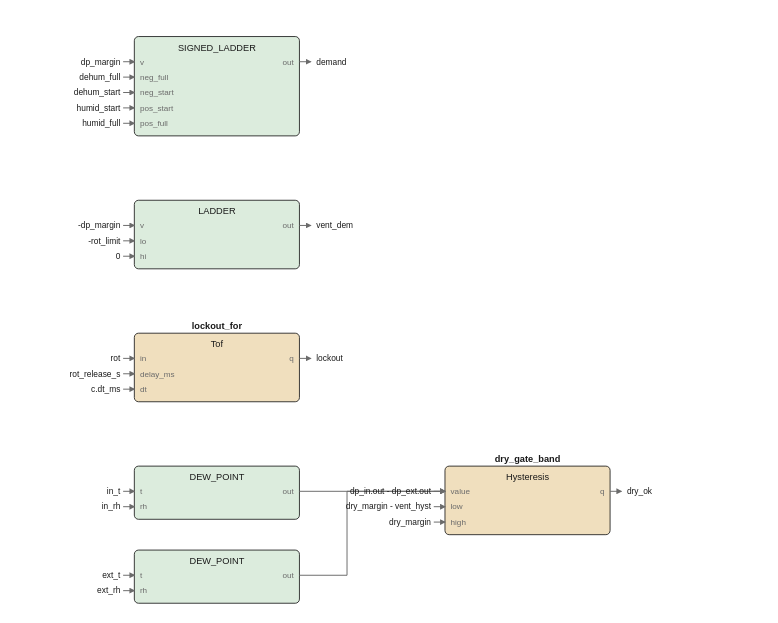
Earlier version of the draw.io export images/logic/humidity_fbd.drawio.svg (pstch/botanik2). Source tidied: cells renumbered, new cells last; positions are measured from the earlier drawing's top-left corner, leaving out a move shared by most shapes.
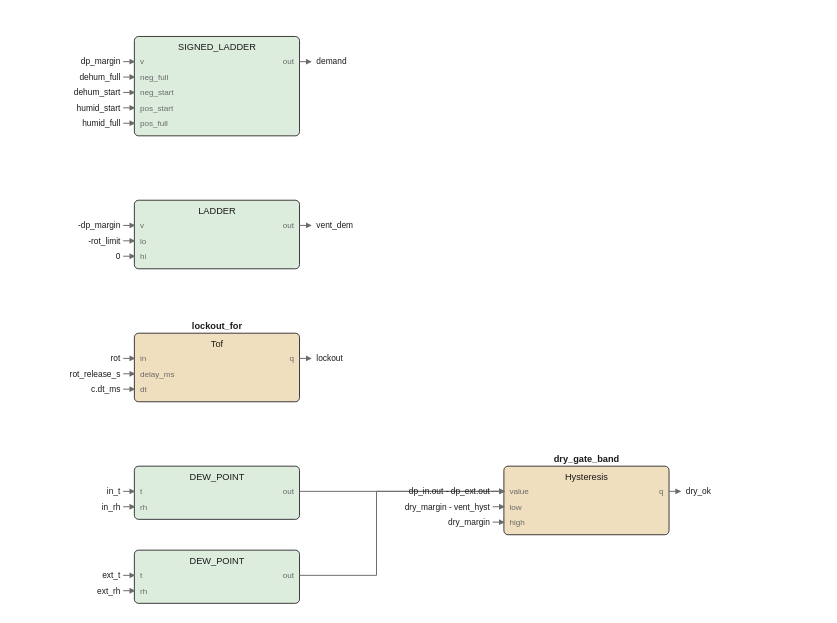
After the change.

Change to the diagram source:
```diff
@@ -96,239 +96,239 @@
       <mxGeometry x="124" y="381.2" width="40" height="9.8" as="geometry" />
     </mxCell>
     <mxCell id="33" style="rounded=1;fillColor=#f0dfbe;strokeColor=#1a1a1a;whiteSpace=wrap;html=1;fontSize=8;" parent="1" vertex="1">
-      <mxGeometry x="232" y="307" width="118" height="49" as="geometry" />
+      <mxGeometry x="274" y="307" width="118" height="49" as="geometry" />
     </mxCell>
     <mxCell id="34" value="dry_gate_band" style="text;html=1;fontSize=6;fontColor=#1a1a1a;align=center;fontStyle=1;" parent="1" vertex="1">
-      <mxGeometry x="291" y="297.4" width="65" height="10.6" as="geometry" />
+      <mxGeometry x="333" y="297.4" width="65" height="10.6" as="geometry" />
     </mxCell>
     <mxCell id="35" value="Hysteresis" style="text;html=1;fontSize=6;fontColor=#1a1a1a;align=center;" parent="1" vertex="1">
-      <mxGeometry x="291" y="310.4" width="50" height="10.6" as="geometry" />
+      <mxGeometry x="333" y="310.4" width="50" height="10.6" as="geometry" />
     </mxCell>
     <mxCell id="36" value="value" style="text;html=1;fontSize=5;fontColor=#6b6b6b;align=left;" parent="1" vertex="1">
-      <mxGeometry x="236" y="321.2" width="40" height="9.8" as="geometry" />
+      <mxGeometry x="278" y="321.2" width="40" height="9.8" as="geometry" />
     </mxCell>
     <mxCell id="37" value="low" style="text;html=1;fontSize=5;fontColor=#6b6b6b;align=left;" parent="1" vertex="1">
-      <mxGeometry x="236" y="332.2" width="40" height="9.8" as="geometry" />
+      <mxGeometry x="278" y="332.2" width="40" height="9.8" as="geometry" />
     </mxCell>
     <mxCell id="38" value="high" style="text;html=1;fontSize=5;fontColor=#6b6b6b;align=left;" parent="1" vertex="1">
-      <mxGeometry x="236" y="343.2" width="40" height="9.8" as="geometry" />
+      <mxGeometry x="278" y="343.2" width="40" height="9.8" as="geometry" />
     </mxCell>
     <mxCell id="39" value="q" style="text;html=1;fontSize=5;fontColor=#6b6b6b;align=left;" parent="1" vertex="1">
-      <mxGeometry x="346" y="321.2" width="40" height="9.8" as="geometry" />
+      <mxGeometry x="388" y="321.2" width="40" height="9.8" as="geometry" />
     </mxCell>
     <mxCell id="40" style="edgeStyle=none;html=1;strokeColor=#6b6b6b;endArrow=block;" parent="1" edge="1">
       <mxGeometry relative="1" as="geometry">
-        <mxPoint x="128" y="325" as="sourcePoint" />
-        <mxPoint x="232" y="325" as="targetPoint" />
+        <mxPoint x="128" y="18" as="sourcePoint" />
+        <mxPoint x="136" y="18" as="targetPoint" />
       </mxGeometry>
     </mxCell>
-    <mxCell id="41" style="edgeStyle=none;html=1;strokeColor=#6b6b6b;endArrow=block;" parent="1" edge="1">
-      <mxGeometry relative="1" as="geometry">
-        <mxPoint x="128" y="385" as="sourcePoint" />
-        <mxPoint x="232" y="325" as="targetPoint" />
-        <Array as="points">
-          <mxPoint x="162" y="385" />
-          <mxPoint x="162" y="325" />
-        </Array>
-      </mxGeometry>
-    </mxCell>
-    <mxCell id="42" value="dp_margin" style="text;html=1;fontSize=6;fontColor=#1a1a1a;align=left;" parent="1" vertex="1">
-      <mxGeometry y="14" width="45" height="10" as="geometry" />
-    </mxCell>
-    <mxCell id="43" style="edgeStyle=none;html=1;strokeColor=#6b6b6b;endArrow=block;" parent="1" edge="1">
-      <mxGeometry relative="1" as="geometry">
-        <mxPoint x="2" y="18" as="sourcePoint" />
-        <mxPoint x="10" y="18" as="targetPoint" />
-      </mxGeometry>
-    </mxCell>
-    <mxCell id="44" value="dehum_full" style="text;html=1;fontSize=6;fontColor=#1a1a1a;align=left;" parent="1" vertex="1">
-      <mxGeometry y="25" width="50" height="10" as="geometry" />
-    </mxCell>
-    <mxCell id="45" style="edgeStyle=none;html=1;strokeColor=#6b6b6b;endArrow=block;" parent="1" edge="1">
-      <mxGeometry relative="1" as="geometry">
-        <mxPoint x="2" y="29" as="sourcePoint" />
-        <mxPoint x="10" y="29" as="targetPoint" />
-      </mxGeometry>
-    </mxCell>
-    <mxCell id="46" value="dehum_start" style="text;html=1;fontSize=6;fontColor=#1a1a1a;align=left;" parent="1" vertex="1">
-      <mxGeometry y="36" width="55" height="10" as="geometry" />
-    </mxCell>
-    <mxCell id="47" style="edgeStyle=none;html=1;strokeColor=#6b6b6b;endArrow=block;" parent="1" edge="1">
-      <mxGeometry relative="1" as="geometry">
-        <mxPoint x="2" y="40" as="sourcePoint" />
-        <mxPoint x="10" y="40" as="targetPoint" />
-      </mxGeometry>
-    </mxCell>
-    <mxCell id="48" value="humid_start" style="text;html=1;fontSize=6;fontColor=#1a1a1a;align=left;" parent="1" vertex="1">
-      <mxGeometry y="47" width="55" height="10" as="geometry" />
-    </mxCell>
+    <mxCell id="79" value="demand" style="text;html=1;fontSize=6;fontColor=#1a1a1a;align=left;" parent="1" vertex="1">
+      <mxGeometry x="140" y="14" width="40" height="10" as="geometry" />
+    </mxCell>
+    <mxCell id="86" style="edgeStyle=none;html=1;strokeColor=#6b6b6b;endArrow=block;" parent="1" edge="1">
+      <mxGeometry relative="1" as="geometry">
+        <mxPoint x="128" y="135" as="sourcePoint" />
+        <mxPoint x="136" y="135" as="targetPoint" />
+      </mxGeometry>
+    </mxCell>
+    <mxCell id="81" value="vent_dem" style="text;html=1;fontSize=6;fontColor=#1a1a1a;align=left;" parent="1" vertex="1">
+      <mxGeometry x="140" y="131" width="40" height="10" as="geometry" />
+    </mxCell>
+    <mxCell id="87" style="edgeStyle=none;html=1;strokeColor=#6b6b6b;endArrow=block;" parent="1" edge="1">
+      <mxGeometry relative="1" as="geometry">
+        <mxPoint x="128" y="230" as="sourcePoint" />
+        <mxPoint x="136" y="230" as="targetPoint" />
+      </mxGeometry>
+    </mxCell>
+    <mxCell id="83" value="lockout" style="text;html=1;fontSize=6;fontColor=#1a1a1a;align=left;" parent="1" vertex="1">
+      <mxGeometry x="140" y="226" width="40" height="10" as="geometry" />
+    </mxCell>
+    <mxCell id="88" style="edgeStyle=none;html=1;strokeColor=#6b6b6b;endArrow=block;" parent="1" edge="1">
+      <mxGeometry relative="1" as="geometry">
+        <mxPoint x="392" y="325" as="sourcePoint" />
+        <mxPoint x="400" y="325" as="targetPoint" />
+      </mxGeometry>
+    </mxCell>
+    <mxCell id="85" value="dry_ok" style="text;html=1;fontSize=6;fontColor=#1a1a1a;align=left;" parent="1" vertex="1">
+      <mxGeometry x="404" y="321" width="40" height="10" as="geometry" />
+    </mxCell>
+    <mxCell id="89" style="edgeStyle=none;html=1;strokeColor=#6b6b6b;endArrow=block;" parent="1" edge="1">
+      <mxGeometry relative="1" as="geometry">
+        <mxPoint x="128" y="325" as="sourcePoint" />
+        <mxPoint x="274" y="325" as="targetPoint" />
+      </mxGeometry>
+    </mxCell>
     <mxCell id="49" style="edgeStyle=none;html=1;strokeColor=#6b6b6b;endArrow=block;" parent="1" edge="1">
       <mxGeometry relative="1" as="geometry">
-        <mxPoint x="2" y="51" as="sourcePoint" />
-        <mxPoint x="10" y="51" as="targetPoint" />
+        <mxPoint x="128" y="385" as="sourcePoint" />
+        <mxPoint x="274" y="325" as="targetPoint" />
+        <Array as="points">
+          <mxPoint x="183" y="385" />
+          <mxPoint x="183" y="325" />
+        </Array>
       </mxGeometry>
     </mxCell>
-    <mxCell id="50" value="humid_full" style="text;html=1;fontSize=6;fontColor=#1a1a1a;align=left;" parent="1" vertex="1">
-      <mxGeometry y="58" width="50" height="10" as="geometry" />
+    <mxCell id="50" value="dp_margin" style="text;html=1;fontSize=6;fontColor=#1a1a1a;align=left;" parent="1" vertex="1">
+      <mxGeometry y="14" width="45" height="10" as="geometry" />
     </mxCell>
     <mxCell id="51" style="edgeStyle=none;html=1;strokeColor=#6b6b6b;endArrow=block;" parent="1" edge="1">
       <mxGeometry relative="1" as="geometry">
-        <mxPoint x="2" y="62" as="sourcePoint" />
-        <mxPoint x="10" y="62" as="targetPoint" />
+        <mxPoint x="2" y="18" as="sourcePoint" />
+        <mxPoint x="10" y="18" as="targetPoint" />
       </mxGeometry>
     </mxCell>
-    <mxCell id="52" value="-dp_margin" style="text;html=1;fontSize=6;fontColor=#1a1a1a;align=left;" parent="1" vertex="1">
-      <mxGeometry y="131" width="50" height="10" as="geometry" />
+    <mxCell id="52" value="dehum_full" style="text;html=1;fontSize=6;fontColor=#1a1a1a;align=left;" parent="1" vertex="1">
+      <mxGeometry y="25" width="50" height="10" as="geometry" />
     </mxCell>
     <mxCell id="53" style="edgeStyle=none;html=1;strokeColor=#6b6b6b;endArrow=block;" parent="1" edge="1">
       <mxGeometry relative="1" as="geometry">
-        <mxPoint x="2" y="135" as="sourcePoint" />
-        <mxPoint x="10" y="135" as="targetPoint" />
+        <mxPoint x="2" y="29" as="sourcePoint" />
+        <mxPoint x="10" y="29" as="targetPoint" />
       </mxGeometry>
     </mxCell>
-    <mxCell id="54" value="-rot_limit" style="text;html=1;fontSize=6;fontColor=#1a1a1a;align=left;" parent="1" vertex="1">
-      <mxGeometry y="142" width="50" height="10" as="geometry" />
+    <mxCell id="54" value="dehum_start" style="text;html=1;fontSize=6;fontColor=#1a1a1a;align=left;" parent="1" vertex="1">
+      <mxGeometry y="36" width="55" height="10" as="geometry" />
     </mxCell>
     <mxCell id="55" style="edgeStyle=none;html=1;strokeColor=#6b6b6b;endArrow=block;" parent="1" edge="1">
       <mxGeometry relative="1" as="geometry">
-        <mxPoint x="2" y="146" as="sourcePoint" />
-        <mxPoint x="10" y="146" as="targetPoint" />
+        <mxPoint x="2" y="40" as="sourcePoint" />
+        <mxPoint x="10" y="40" as="targetPoint" />
       </mxGeometry>
     </mxCell>
-    <mxCell id="56" value="0" style="text;html=1;fontSize=6;fontColor=#1a1a1a;align=left;" parent="1" vertex="1">
-      <mxGeometry y="153" width="40" height="10" as="geometry" />
+    <mxCell id="56" value="humid_start" style="text;html=1;fontSize=6;fontColor=#1a1a1a;align=left;" parent="1" vertex="1">
+      <mxGeometry y="47" width="55" height="10" as="geometry" />
     </mxCell>
     <mxCell id="57" style="edgeStyle=none;html=1;strokeColor=#6b6b6b;endArrow=block;" parent="1" edge="1">
       <mxGeometry relative="1" as="geometry">
-        <mxPoint x="2" y="157" as="sourcePoint" />
-        <mxPoint x="10" y="157" as="targetPoint" />
+        <mxPoint x="2" y="51" as="sourcePoint" />
+        <mxPoint x="10" y="51" as="targetPoint" />
       </mxGeometry>
     </mxCell>
-    <mxCell id="58" value="rot" style="text;html=1;fontSize=6;fontColor=#1a1a1a;align=left;" parent="1" vertex="1">
-      <mxGeometry y="226" width="40" height="10" as="geometry" />
+    <mxCell id="58" value="humid_full" style="text;html=1;fontSize=6;fontColor=#1a1a1a;align=left;" parent="1" vertex="1">
+      <mxGeometry y="58" width="50" height="10" as="geometry" />
     </mxCell>
     <mxCell id="59" style="edgeStyle=none;html=1;strokeColor=#6b6b6b;endArrow=block;" parent="1" edge="1">
       <mxGeometry relative="1" as="geometry">
-        <mxPoint x="2" y="230" as="sourcePoint" />
-        <mxPoint x="10" y="230" as="targetPoint" />
+        <mxPoint x="2" y="62" as="sourcePoint" />
+        <mxPoint x="10" y="62" as="targetPoint" />
       </mxGeometry>
     </mxCell>
-    <mxCell id="60" value="rot_release_s" style="text;html=1;fontSize=6;fontColor=#1a1a1a;align=left;" parent="1" vertex="1">
-      <mxGeometry y="237" width="65" height="10" as="geometry" />
+    <mxCell id="60" value="-dp_margin" style="text;html=1;fontSize=6;fontColor=#1a1a1a;align=left;" parent="1" vertex="1">
+      <mxGeometry y="131" width="50" height="10" as="geometry" />
     </mxCell>
     <mxCell id="61" style="edgeStyle=none;html=1;strokeColor=#6b6b6b;endArrow=block;" parent="1" edge="1">
       <mxGeometry relative="1" as="geometry">
-        <mxPoint x="2" y="241" as="sourcePoint" />
-        <mxPoint x="10" y="241" as="targetPoint" />
+        <mxPoint x="2" y="135" as="sourcePoint" />
+        <mxPoint x="10" y="135" as="targetPoint" />
       </mxGeometry>
     </mxCell>
-    <mxCell id="62" value="c.dt_ms" style="text;html=1;fontSize=6;fontColor=#1a1a1a;align=left;" parent="1" vertex="1">
-      <mxGeometry y="248" width="40" height="10" as="geometry" />
+    <mxCell id="62" value="-rot_limit" style="text;html=1;fontSize=6;fontColor=#1a1a1a;align=left;" parent="1" vertex="1">
+      <mxGeometry y="142" width="50" height="10" as="geometry" />
     </mxCell>
     <mxCell id="63" style="edgeStyle=none;html=1;strokeColor=#6b6b6b;endArrow=block;" parent="1" edge="1">
       <mxGeometry relative="1" as="geometry">
-        <mxPoint x="2" y="252" as="sourcePoint" />
-        <mxPoint x="10" y="252" as="targetPoint" />
+        <mxPoint x="2" y="146" as="sourcePoint" />
+        <mxPoint x="10" y="146" as="targetPoint" />
       </mxGeometry>
     </mxCell>
-    <mxCell id="64" value="in_t" style="text;html=1;fontSize=6;fontColor=#1a1a1a;align=left;" parent="1" vertex="1">
-      <mxGeometry y="321" width="40" height="10" as="geometry" />
+    <mxCell id="64" value="0" style="text;html=1;fontSize=6;fontColor=#1a1a1a;align=left;" parent="1" vertex="1">
+      <mxGeometry y="153" width="40" height="10" as="geometry" />
     </mxCell>
     <mxCell id="65" style="edgeStyle=none;html=1;strokeColor=#6b6b6b;endArrow=block;" parent="1" edge="1">
       <mxGeometry relative="1" as="geometry">
-        <mxPoint x="2" y="325" as="sourcePoint" />
-        <mxPoint x="10" y="325" as="targetPoint" />
+        <mxPoint x="2" y="157" as="sourcePoint" />
+        <mxPoint x="10" y="157" as="targetPoint" />
       </mxGeometry>
     </mxCell>
-    <mxCell id="66" value="in_rh" style="text;html=1;fontSize=6;fontColor=#1a1a1a;align=left;" parent="1" vertex="1">
-      <mxGeometry y="332" width="40" height="10" as="geometry" />
+    <mxCell id="66" value="rot" style="text;html=1;fontSize=6;fontColor=#1a1a1a;align=left;" parent="1" vertex="1">
+      <mxGeometry y="226" width="40" height="10" as="geometry" />
     </mxCell>
     <mxCell id="67" style="edgeStyle=none;html=1;strokeColor=#6b6b6b;endArrow=block;" parent="1" edge="1">
       <mxGeometry relative="1" as="geometry">
-        <mxPoint x="2" y="336" as="sourcePoint" />
-        <mxPoint x="10" y="336" as="targetPoint" />
+        <mxPoint x="2" y="230" as="sourcePoint" />
+        <mxPoint x="10" y="230" as="targetPoint" />
       </mxGeometry>
     </mxCell>
-    <mxCell id="68" value="ext_t" style="text;html=1;fontSize=6;fontColor=#1a1a1a;align=left;" parent="1" vertex="1">
-      <mxGeometry y="381" width="40" height="10" as="geometry" />
+    <mxCell id="68" value="rot_release_s" style="text;html=1;fontSize=6;fontColor=#1a1a1a;align=left;" parent="1" vertex="1">
+      <mxGeometry y="237" width="65" height="10" as="geometry" />
     </mxCell>
     <mxCell id="69" style="edgeStyle=none;html=1;strokeColor=#6b6b6b;endArrow=block;" parent="1" edge="1">
       <mxGeometry relative="1" as="geometry">
-        <mxPoint x="2" y="385" as="sourcePoint" />
-        <mxPoint x="10" y="385" as="targetPoint" />
+        <mxPoint x="2" y="241" as="sourcePoint" />
+        <mxPoint x="10" y="241" as="targetPoint" />
       </mxGeometry>
     </mxCell>
-    <mxCell id="70" value="ext_rh" style="text;html=1;fontSize=6;fontColor=#1a1a1a;align=left;" parent="1" vertex="1">
-      <mxGeometry y="392" width="40" height="10" as="geometry" />
+    <mxCell id="70" value="c.dt_ms" style="text;html=1;fontSize=6;fontColor=#1a1a1a;align=left;" parent="1" vertex="1">
+      <mxGeometry y="248" width="40" height="10" as="geometry" />
     </mxCell>
     <mxCell id="71" style="edgeStyle=none;html=1;strokeColor=#6b6b6b;endArrow=block;" parent="1" edge="1">
       <mxGeometry relative="1" as="geometry">
-        <mxPoint x="2" y="396" as="sourcePoint" />
-        <mxPoint x="10" y="396" as="targetPoint" />
+        <mxPoint x="2" y="252" as="sourcePoint" />
+        <mxPoint x="10" y="252" as="targetPoint" />
       </mxGeometry>
     </mxCell>
-    <mxCell id="72" value="dp_in.out - dp_ext.out" style="text;html=1;fontSize=6;fontColor=#1a1a1a;align=left;" parent="1" vertex="1">
-      <mxGeometry x="222" y="321" width="110" height="10" as="geometry" />
+    <mxCell id="72" value="in_t" style="text;html=1;fontSize=6;fontColor=#1a1a1a;align=left;" parent="1" vertex="1">
+      <mxGeometry y="321" width="40" height="10" as="geometry" />
     </mxCell>
     <mxCell id="73" style="edgeStyle=none;html=1;strokeColor=#6b6b6b;endArrow=block;" parent="1" edge="1">
       <mxGeometry relative="1" as="geometry">
-        <mxPoint x="224" y="325" as="sourcePoint" />
-        <mxPoint x="232" y="325" as="targetPoint" />
+        <mxPoint x="2" y="325" as="sourcePoint" />
+        <mxPoint x="10" y="325" as="targetPoint" />
       </mxGeometry>
     </mxCell>
-    <mxCell id="74" value="dry_margin - vent_hyst" style="text;html=1;fontSize=6;fontColor=#1a1a1a;align=left;" parent="1" vertex="1">
-      <mxGeometry x="222" y="332" width="110" height="10" as="geometry" />
+    <mxCell id="74" value="in_rh" style="text;html=1;fontSize=6;fontColor=#1a1a1a;align=left;" parent="1" vertex="1">
+      <mxGeometry y="332" width="40" height="10" as="geometry" />
     </mxCell>
     <mxCell id="75" style="edgeStyle=none;html=1;strokeColor=#6b6b6b;endArrow=block;" parent="1" edge="1">
       <mxGeometry relative="1" as="geometry">
-        <mxPoint x="224" y="336" as="sourcePoint" />
-        <mxPoint x="232" y="336" as="targetPoint" />
+        <mxPoint x="2" y="336" as="sourcePoint" />
+        <mxPoint x="10" y="336" as="targetPoint" />
       </mxGeometry>
     </mxCell>
-    <mxCell id="76" value="dry_margin" style="text;html=1;fontSize=6;fontColor=#1a1a1a;align=left;" parent="1" vertex="1">
-      <mxGeometry x="222" y="343" width="50" height="10" as="geometry" />
+    <mxCell id="76" value="ext_t" style="text;html=1;fontSize=6;fontColor=#1a1a1a;align=left;" parent="1" vertex="1">
+      <mxGeometry y="381" width="40" height="10" as="geometry" />
     </mxCell>
     <mxCell id="77" style="edgeStyle=none;html=1;strokeColor=#6b6b6b;endArrow=block;" parent="1" edge="1">
       <mxGeometry relative="1" as="geometry">
-        <mxPoint x="224" y="347" as="sourcePoint" />
-        <mxPoint x="232" y="347" as="targetPoint" />
+        <mxPoint x="2" y="385" as="sourcePoint" />
+        <mxPoint x="10" y="385" as="targetPoint" />
       </mxGeometry>
     </mxCell>
-    <mxCell id="78" style="edgeStyle=none;html=1;strokeColor=#6b6b6b;endArrow=block;" parent="1" edge="1">
-      <mxGeometry relative="1" as="geometry">
-        <mxPoint x="128" y="18" as="sourcePoint" />
-        <mxPoint x="136" y="18" as="targetPoint" />
-      </mxGeometry>
-    </mxCell>
-    <mxCell id="79" value="demand" style="text;html=1;fontSize=6;fontColor=#1a1a1a;align=left;" parent="1" vertex="1">
-      <mxGeometry x="140" y="14" width="40" height="10" as="geometry" />
-    </mxCell>
-    <mxCell id="80" style="edgeStyle=none;html=1;strokeColor=#6b6b6b;endArrow=block;" parent="1" edge="1">
-      <mxGeometry relative="1" as="geometry">
-        <mxPoint x="128" y="135" as="sourcePoint" />
-        <mxPoint x="136" y="135" as="targetPoint" />
-      </mxGeometry>
-    </mxCell>
-    <mxCell id="81" value="vent_dem" style="text;html=1;fontSize=6;fontColor=#1a1a1a;align=left;" parent="1" vertex="1">
-      <mxGeometry x="140" y="131" width="40" height="10" as="geometry" />
-    </mxCell>
-    <mxCell id="82" style="edgeStyle=none;html=1;strokeColor=#6b6b6b;endArrow=block;" parent="1" edge="1">
-      <mxGeometry relative="1" as="geometry">
-        <mxPoint x="128" y="230" as="sourcePoint" />
-        <mxPoint x="136" y="230" as="targetPoint" />
-      </mxGeometry>
-    </mxCell>
-    <mxCell id="83" value="lockout" style="text;html=1;fontSize=6;fontColor=#1a1a1a;align=left;" parent="1" vertex="1">
-      <mxGeometry x="140" y="226" width="40" height="10" as="geometry" />
-    </mxCell>
-    <mxCell id="84" style="edgeStyle=none;html=1;strokeColor=#6b6b6b;endArrow=block;" parent="1" edge="1">
-      <mxGeometry relative="1" as="geometry">
-        <mxPoint x="350" y="325" as="sourcePoint" />
-        <mxPoint x="358" y="325" as="targetPoint" />
-      </mxGeometry>
-    </mxCell>
-    <mxCell id="85" value="dry_ok" style="text;html=1;fontSize=6;fontColor=#1a1a1a;align=left;" parent="1" vertex="1">
-      <mxGeometry x="362" y="321" width="40" height="10" as="geometry" />
-    </mxCell>
+    <mxCell id="90" value="ext_rh" style="text;html=1;fontSize=6;fontColor=#1a1a1a;align=left;" parent="1" vertex="1">
+      <mxGeometry y="392" width="40" height="10" as="geometry" />
+    </mxCell>
+    <mxCell id="91" style="edgeStyle=none;html=1;strokeColor=#6b6b6b;endArrow=block;" parent="1" edge="1">
+      <mxGeometry relative="1" as="geometry">
+        <mxPoint x="2" y="396" as="sourcePoint" />
+        <mxPoint x="10" y="396" as="targetPoint" />
+      </mxGeometry>
+    </mxCell>
+    <mxCell id="92" value="dp_in.out - dp_ext.out" style="text;html=1;fontSize=6;fontColor=#1a1a1a;align=left;" parent="1" vertex="1">
+      <mxGeometry x="264" y="321" width="110" height="10" as="geometry" />
+    </mxCell>
+    <mxCell id="93" style="edgeStyle=none;html=1;strokeColor=#6b6b6b;endArrow=block;" parent="1" edge="1">
+      <mxGeometry relative="1" as="geometry">
+        <mxPoint x="266" y="325" as="sourcePoint" />
+        <mxPoint x="274" y="325" as="targetPoint" />
+      </mxGeometry>
+    </mxCell>
+    <mxCell id="94" value="dry_margin - vent_hyst" style="text;html=1;fontSize=6;fontColor=#1a1a1a;align=left;" parent="1" vertex="1">
+      <mxGeometry x="264" y="332" width="110" height="10" as="geometry" />
+    </mxCell>
+    <mxCell id="95" style="edgeStyle=none;html=1;strokeColor=#6b6b6b;endArrow=block;" parent="1" edge="1">
+      <mxGeometry relative="1" as="geometry">
+        <mxPoint x="266" y="336" as="sourcePoint" />
+        <mxPoint x="274" y="336" as="targetPoint" />
+      </mxGeometry>
+    </mxCell>
+    <mxCell id="96" value="dry_margin" style="text;html=1;fontSize=6;fontColor=#1a1a1a;align=left;" parent="1" vertex="1">
+      <mxGeometry x="264" y="343" width="50" height="10" as="geometry" />
+    </mxCell>
+    <mxCell id="97" style="edgeStyle=none;html=1;strokeColor=#6b6b6b;endArrow=block;" parent="1" edge="1">
+      <mxGeometry relative="1" as="geometry">
+        <mxPoint x="266" y="347" as="sourcePoint" />
+        <mxPoint x="274" y="347" as="targetPoint" />
+      </mxGeometry>
+    </mxCell>
   </root>
 </mxGraphModel>
```
